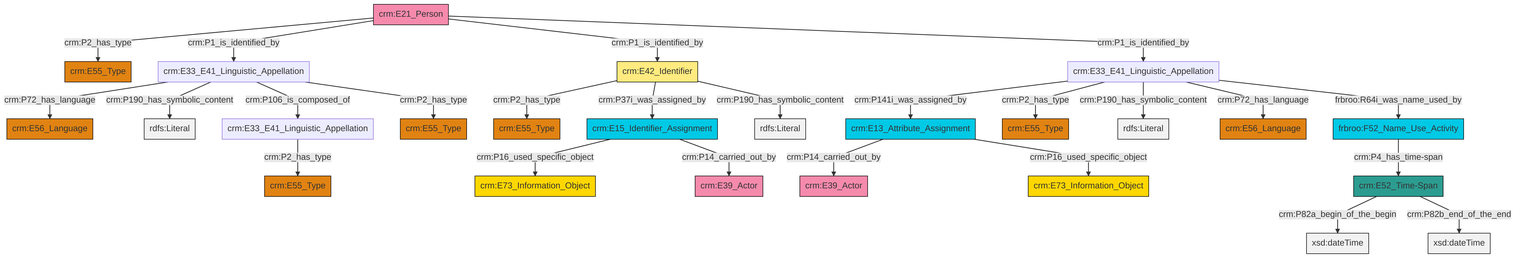
Above: et/personCSV/ttl/mmd/png/Person_Names_and_Classification.png in swiss-art-research-net/docs.swissartresearch (Mermaid), before the change. Its source is kept beside it as et/personCSV/ttl/mmd/Person_Names_and_Classification.ttl.mmd.
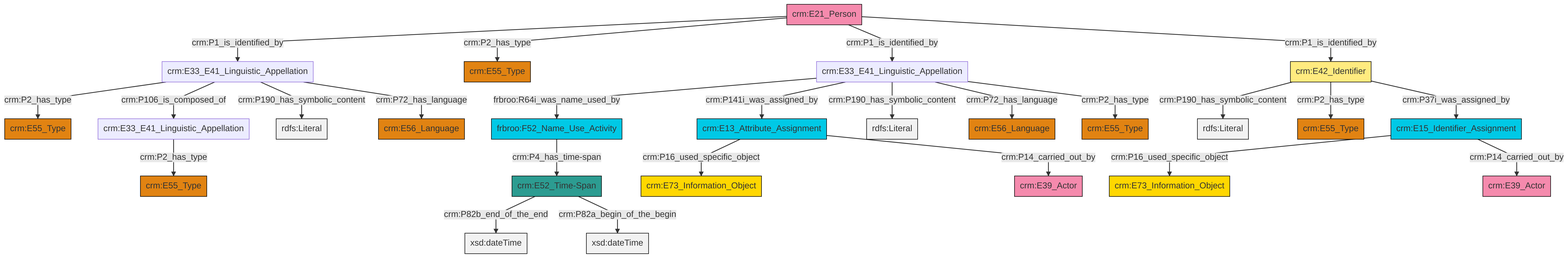
After the commit.

The edit, as a diff of the source:
```diff
@@ -13,27 +13,27 @@
 classDef PC_Classes fill:#4ce600, stroke:#000000;
 classDef Multi fill:#cccccc,stroke:#000000;
 
-0["crm:E21_Person"]:::Actor -->|crm:P2_has_type| 1["crm:E55_Type"]:::Type
-2["crm:E52_Time-Span"]:::Time-Span -->|crm:P82a_begin_of_the_begin| 3[xsd:dateTime]:::Literal
-6["crm:E33_E41_Linguistic_Appellation"]:::Default -->|crm:P72_has_language| 7["crm:E56_Language"]:::Type
-8["crm:E33_E41_Linguistic_Appellation"]:::Default -->|crm:P2_has_type| 10["crm:E55_Type"]:::Type
-12["crm:E13_Attribute_Assignment"]:::Temporal_Entity -->|crm:P14_carried_out_by| 13["crm:E39_Actor"]:::Actor
-16["crm:E33_E41_Linguistic_Appellation"]:::Default -->|crm:P141i_was_assigned_by| 12["crm:E13_Attribute_Assignment"]:::Temporal_Entity
-12["crm:E13_Attribute_Assignment"]:::Temporal_Entity -->|crm:P16_used_specific_object| 17["crm:E73_Information_Object"]:::Conceptual_Object
-0["crm:E21_Person"]:::Actor -->|crm:P1_is_identified_by| 6["crm:E33_E41_Linguistic_Appellation"]:::Default
-16["crm:E33_E41_Linguistic_Appellation"]:::Default -->|crm:P2_has_type| 22["crm:E55_Type"]:::Type
-26["crm:E42_Identifier"]:::Appellation -->|crm:P2_has_type| 4["crm:E55_Type"]:::Type
-6["crm:E33_E41_Linguistic_Appellation"]:::Default -->|crm:P190_has_symbolic_content| 28[rdfs:Literal]:::Literal
-16["crm:E33_E41_Linguistic_Appellation"]:::Default -->|crm:P190_has_symbolic_content| 31[rdfs:Literal]:::Literal
-6["crm:E33_E41_Linguistic_Appellation"]:::Default -->|crm:P106_is_composed_of| 8["crm:E33_E41_Linguistic_Appellation"]:::Default
-35["frbroo:F52_Name_Use_Activity"]:::Temporal_Entity -->|crm:P4_has_time-span| 2["crm:E52_Time-Span"]:::Time-Span
-0["crm:E21_Person"]:::Actor -->|crm:P1_is_identified_by| 26["crm:E42_Identifier"]:::Appellation
-26["crm:E42_Identifier"]:::Appellation -->|crm:P37i_was_assigned_by| 29["crm:E15_Identifier_Assignment"]:::Temporal_Entity
-29["crm:E15_Identifier_Assignment"]:::Temporal_Entity -->|crm:P16_used_specific_object| 14["crm:E73_Information_Object"]:::Conceptual_Object
-0["crm:E21_Person"]:::Actor -->|crm:P1_is_identified_by| 16["crm:E33_E41_Linguistic_Appellation"]:::Default
-16["crm:E33_E41_Linguistic_Appellation"]:::Default -->|crm:P72_has_language| 41["crm:E56_Language"]:::Type
-6["crm:E33_E41_Linguistic_Appellation"]:::Default -->|crm:P2_has_type| 33["crm:E55_Type"]:::Type
-16["crm:E33_E41_Linguistic_Appellation"]:::Default -->|frbroo:R64i_was_name_used_by| 35["frbroo:F52_Name_Use_Activity"]:::Temporal_Entity
-29["crm:E15_Identifier_Assignment"]:::Temporal_Entity -->|crm:P14_carried_out_by| 23["crm:E39_Actor"]:::Actor
-2["crm:E52_Time-Span"]:::Time-Span -->|crm:P82b_end_of_the_end| 43[xsd:dateTime]:::Literal
-26["crm:E42_Identifier"]:::Appellation -->|crm:P190_has_symbolic_content| 44[rdfs:Literal]:::Literal
+0["crm:E42_Identifier"]:::Appellation -->|crm:P190_has_symbolic_content| 1[rdfs:Literal]:::Literal
+6["crm:E33_E41_Linguistic_Appellation"]:::Default -->|crm:P2_has_type| 2["crm:E55_Type"]:::Type
+7["crm:E33_E41_Linguistic_Appellation"]:::Default -->|frbroo:R64i_was_name_used_by| 8["frbroo:F52_Name_Use_Activity"]:::Temporal_Entity
+14["crm:E33_E41_Linguistic_Appellation"]:::Default -->|crm:P2_has_type| 15["crm:E55_Type"]:::Type
+7["crm:E33_E41_Linguistic_Appellation"]:::Default -->|crm:P141i_was_assigned_by| 12["crm:E13_Attribute_Assignment"]:::Temporal_Entity
+0["crm:E42_Identifier"]:::Appellation -->|crm:P2_has_type| 18["crm:E55_Type"]:::Type
+19["crm:E52_Time-Span"]:::Time-Span -->|crm:P82b_end_of_the_end| 20[xsd:dateTime]:::Literal
+4["crm:E21_Person"]:::Actor -->|crm:P1_is_identified_by| 14["crm:E33_E41_Linguistic_Appellation"]:::Default
+4["crm:E21_Person"]:::Actor -->|crm:P2_has_type| 21["crm:E55_Type"]:::Type
+12["crm:E13_Attribute_Assignment"]:::Temporal_Entity -->|crm:P16_used_specific_object| 24["crm:E73_Information_Object"]:::Conceptual_Object
+12["crm:E13_Attribute_Assignment"]:::Temporal_Entity -->|crm:P14_carried_out_by| 10["crm:E39_Actor"]:::Actor
+4["crm:E21_Person"]:::Actor -->|crm:P1_is_identified_by| 7["crm:E33_E41_Linguistic_Appellation"]:::Default
+29["crm:E15_Identifier_Assignment"]:::Temporal_Entity -->|crm:P16_used_specific_object| 30["crm:E73_Information_Object"]:::Conceptual_Object
+8["frbroo:F52_Name_Use_Activity"]:::Temporal_Entity -->|crm:P4_has_time-span| 19["crm:E52_Time-Span"]:::Time-Span
+14["crm:E33_E41_Linguistic_Appellation"]:::Default -->|crm:P106_is_composed_of| 6["crm:E33_E41_Linguistic_Appellation"]:::Default
+0["crm:E42_Identifier"]:::Appellation -->|crm:P37i_was_assigned_by| 29["crm:E15_Identifier_Assignment"]:::Temporal_Entity
+7["crm:E33_E41_Linguistic_Appellation"]:::Default -->|crm:P190_has_symbolic_content| 35[rdfs:Literal]:::Literal
+19["crm:E52_Time-Span"]:::Time-Span -->|crm:P82a_begin_of_the_begin| 37[xsd:dateTime]:::Literal
+14["crm:E33_E41_Linguistic_Appellation"]:::Default -->|crm:P190_has_symbolic_content| 41[rdfs:Literal]:::Literal
+29["crm:E15_Identifier_Assignment"]:::Temporal_Entity -->|crm:P14_carried_out_by| 39["crm:E39_Actor"]:::Actor
+7["crm:E33_E41_Linguistic_Appellation"]:::Default -->|crm:P72_has_language| 26["crm:E56_Language"]:::Type
+14["crm:E33_E41_Linguistic_Appellation"]:::Default -->|crm:P72_has_language| 32["crm:E56_Language"]:::Type
+7["crm:E33_E41_Linguistic_Appellation"]:::Default -->|crm:P2_has_type| 16["crm:E55_Type"]:::Type
+4["crm:E21_Person"]:::Actor -->|crm:P1_is_identified_by| 0["crm:E42_Identifier"]:::Appellation
```
